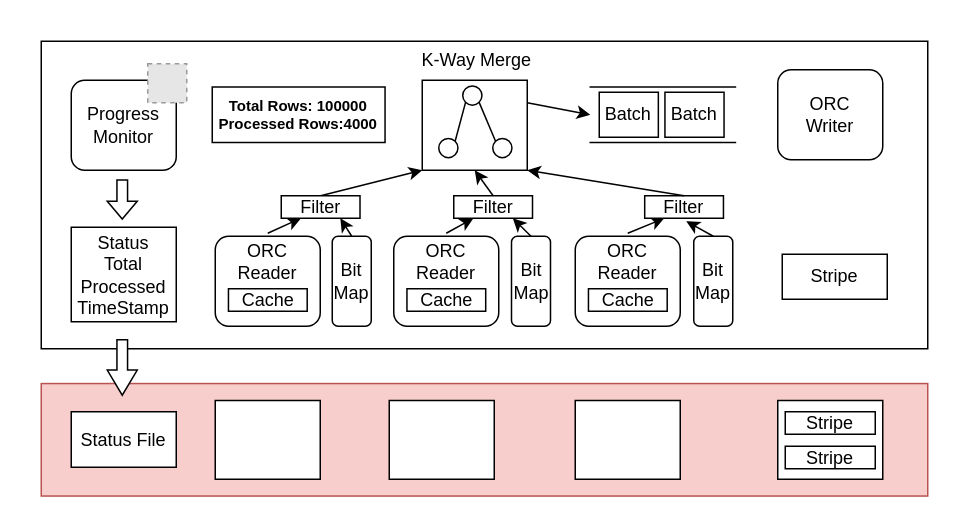
This is faas.drawio from Blueratzxk/fileServer, a draw.io file, before an edit. Source tidied: cells renumbered, new cells numbered last; positions are measured from the earlier drawing's top-left corner, leaving out a move shared by most shapes. Both pictures are drawn from the tidied source at 150%, with x=0, y=0 at pixel (40, 38). Pictures stored in the file or linked from it are replaced by grey dashed boxes.
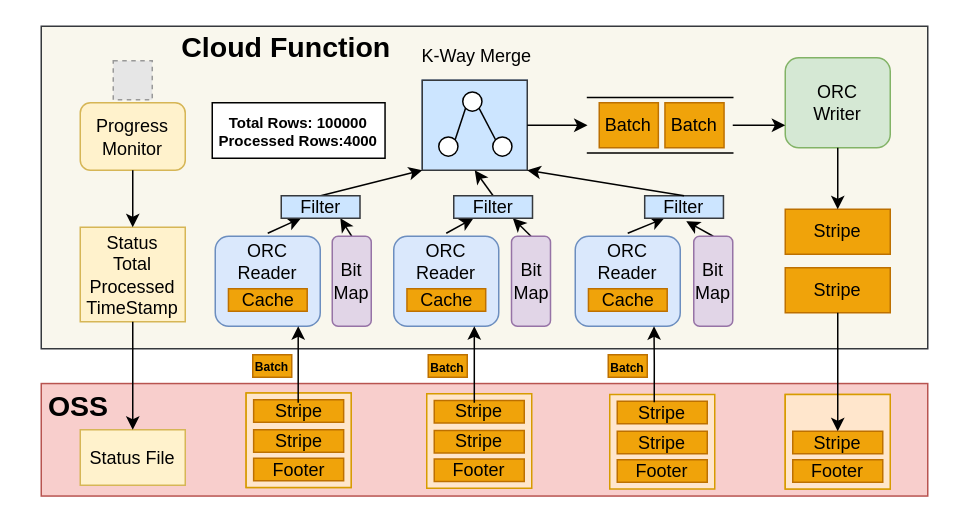
The same page after the edit.

The change refers to these unchanged cells:
```xml
<mxCell id="36" style="group;" parent="1" vertex="1">
  <mxGeometry x="364.8" y="57" width="90" height="60" as="geometry" />
</mxCell>
<mxCell id="39" style="group;" parent="1" vertex="1">
  <mxGeometry x="408.5" y="57" width="52.5" height="63" as="geometry" />
</mxCell>
```

The edit, as a diff of the source:
```diff
@@
-    <mxCell id="3" style="rounded=0;whiteSpace=wrap;html=1;" parent="1" vertex="1">
-      <mxGeometry x="116" y="241.5" width="70" height="52.5" as="geometry" />
-    </mxCell>
-    <mxCell id="4" style="rounded=0;whiteSpace=wrap;html=1;" parent="1" vertex="1">
-      <mxGeometry x="232" y="241.5" width="70" height="52.5" as="geometry" />
-    </mxCell>
-    <mxCell id="5" style="rounded=0;whiteSpace=wrap;html=1;" parent="1" vertex="1">
-      <mxGeometry x="356" y="241.5" width="70" height="52.5" as="geometry" />
-    </mxCell>
-    <mxCell id="6" style="rounded=0;whiteSpace=wrap;html=1;" parent="1" vertex="1">
-      <mxGeometry y="2" width="591" height="205" as="geometry" />
+    <mxCell id="6" style="rounded=0;whiteSpace=wrap;html=1;fillColor=#f9f7ed;strokeColor=#36393d;" parent="1" vertex="1">
+      <mxGeometry y="-8" width="591" height="215" as="geometry" />
     </mxCell>
-    <mxCell id="7" style="rounded=1;whiteSpace=wrap;html=1;" parent="1" vertex="1">
+    <mxCell id="7" style="rounded=1;whiteSpace=wrap;html=1;fillColor=#dae8fc;strokeColor=#6c8ebf;" parent="1" vertex="1">
       <mxGeometry x="116" y="132" width="70" height="60" as="geometry" />
     </mxCell>
-    <mxCell id="8" style="rounded=1;whiteSpace=wrap;html=1;" parent="1" vertex="1">
+    <mxCell id="8" style="rounded=1;whiteSpace=wrap;html=1;fillColor=#dae8fc;strokeColor=#6c8ebf;" parent="1" vertex="1">
       <mxGeometry x="235" y="132" width="70" height="60" as="geometry" />
     </mxCell>
-    <mxCell id="9" style="rounded=1;whiteSpace=wrap;html=1;glass=0;" parent="1" vertex="1">
+    <mxCell id="9" style="rounded=1;whiteSpace=wrap;html=1;glass=0;fillColor=#dae8fc;strokeColor=#6c8ebf;" parent="1" vertex="1">
       <mxGeometry x="356" y="132" width="70" height="60" as="geometry" />
     </mxCell>
-    <mxCell id="10" value="Cache" style="rounded=0;whiteSpace=wrap;html=1;" parent="1" vertex="1">
+    <mxCell id="10" value="Cache" style="rounded=0;whiteSpace=wrap;html=1;fillColor=#f0a30a;fontColor=#000000;strokeColor=#BD7000;" parent="1" vertex="1">
       <mxGeometry x="124.8" y="167" width="52.5" height="15" as="geometry" />
     </mxCell>
-    <mxCell id="11" value="Cache" style="rounded=0;whiteSpace=wrap;html=1;" parent="1" vertex="1">
+    <mxCell id="11" value="Cache" style="rounded=0;whiteSpace=wrap;html=1;fillColor=#f0a30a;fontColor=#000000;strokeColor=#BD7000;" parent="1" vertex="1">
       <mxGeometry x="243.8" y="167" width="52.5" height="15" as="geometry" />
     </mxCell>
-    <mxCell id="12" value="Cache" style="rounded=0;whiteSpace=wrap;html=1;" parent="1" vertex="1">
+    <mxCell id="12" value="Cache" style="rounded=0;whiteSpace=wrap;html=1;fillColor=#f0a30a;fontColor=#000000;strokeColor=#BD7000;" parent="1" vertex="1">
       <mxGeometry x="364.8" y="167" width="52.5" height="15" as="geometry" />
     </mxCell>
@@
-    <mxCell id="20" value="Bit&lt;div&gt;Map&lt;/div&gt;" style="rounded=1;whiteSpace=wrap;html=1;glass=0;" parent="1" vertex="1">
+    <mxCell id="20" value="Bit&lt;div&gt;Map&lt;/div&gt;" style="rounded=1;whiteSpace=wrap;html=1;glass=0;fillColor=#e1d5e7;strokeColor=#9673a6;" parent="1" vertex="1">
       <mxGeometry x="194" y="132" width="26" height="60" as="geometry" />
     </mxCell>
@@
-    <mxCell id="22" value="Bit&lt;div&gt;Map&lt;/div&gt;" style="rounded=1;whiteSpace=wrap;html=1;glass=0;" parent="1" vertex="1">
+    <mxCell id="22" value="Bit&lt;div&gt;Map&lt;/div&gt;" style="rounded=1;whiteSpace=wrap;html=1;glass=0;fillColor=#e1d5e7;strokeColor=#9673a6;" parent="1" vertex="1">
       <mxGeometry x="313.5" y="132" width="26" height="60" as="geometry" />
     </mxCell>
@@
-    <mxCell id="24" value="Bit&lt;div&gt;Map&lt;/div&gt;" style="rounded=1;whiteSpace=wrap;html=1;glass=0;" parent="1" vertex="1">
+    <mxCell id="24" value="Bit&lt;div&gt;Map&lt;/div&gt;" style="rounded=1;whiteSpace=wrap;html=1;glass=0;fillColor=#e1d5e7;strokeColor=#9673a6;" parent="1" vertex="1">
       <mxGeometry x="435" y="132" width="26" height="60" as="geometry" />
     </mxCell>
-    <mxCell id="25" style="group;" parent="1" vertex="1">
+    <mxCell id="25" style="group;fillColor=#dae8fc;strokeColor=#6c8ebf;" parent="1" vertex="1">
       <mxGeometry x="254" y="28" width="70" height="60" as="geometry" />
     </mxCell>
-    <mxCell id="26" style="rounded=0;whiteSpace=wrap;html=1;" parent="25" vertex="1">
+    <mxCell id="26" style="rounded=0;whiteSpace=wrap;html=1;fillColor=#cce5ff;strokeColor=#36393d;" parent="25" vertex="1">
       <mxGeometry width="70" height="60" as="geometry" />
     </mxCell>
     <mxCell id="27" style="group;rotation=0;" parent="25" vertex="1">
-      <mxGeometry x="10" y="3.8" width="52.5" height="52.5" as="geometry" />
+      <mxGeometry x="10" y="2.8" width="52.5" height="52.5" as="geometry" />
     </mxCell>
     <mxCell id="28" style="ellipse;whiteSpace=wrap;html=1;shapeInside=1;rotation=0;" parent="27" vertex="1">
-      <mxGeometry x="17" width="12.8" height="12.8" as="geometry" />
+      <mxGeometry x="17" y="5" width="12.8" height="12.8" as="geometry" />
     </mxCell>
@@
-    <mxCell id="33" value="ORC&lt;div&gt;Writer&lt;/div&gt;" style="rounded=1;whiteSpace=wrap;html=1;" parent="1" vertex="1">
-      <mxGeometry x="491" y="21" width="70" height="60" as="geometry" />
+    <mxCell id="33" value="ORC&lt;div&gt;Writer&lt;/div&gt;" style="rounded=1;whiteSpace=wrap;html=1;fillColor=#d5e8d4;strokeColor=#82b366;" parent="1" vertex="1">
+      <mxGeometry x="496" y="13" width="70" height="60" as="geometry" />
     </mxCell>
     <mxCell id="34" style="group;" parent="1" vertex="1">
-      <mxGeometry x="321" y="57" width="52.5" height="60" as="geometry" />
+      <mxGeometry x="321" y="57" width="140" height="60" as="geometry" />
     </mxCell>
-    <mxCell id="35" value="Batch" style="rounded=0;whiteSpace=wrap;html=1;" parent="34" vertex="1">
-      <mxGeometry x="51" y="-21" width="39.4" height="30" as="geometry" />
+    <mxCell id="35" value="Batch" style="rounded=0;whiteSpace=wrap;html=1;fillColor=#f0a30a;fontColor=#000000;strokeColor=#BD7000;" parent="34" vertex="1">
+      <mxGeometry x="51" y="-14" width="39.4" height="30" as="geometry" />
     </mxCell>
+    <mxCell id="38" style="shape=partialRectangle;whiteSpace=wrap;html=1;left=0;right=0;fillColor=none;" parent="34" vertex="1">
+      <mxGeometry x="43.2" y="-17.5" width="96.8" height="37" as="geometry" />
+    </mxCell>
@@
-    <mxCell id="37" value="Batch" style="rounded=0;whiteSpace=wrap;html=1;" parent="36" vertex="1">
-      <mxGeometry x="51" y="-21" width="39.4" height="30" as="geometry" />
+    <mxCell id="37" value="Batch" style="rounded=0;whiteSpace=wrap;html=1;fillColor=#f0a30a;fontColor=#000000;strokeColor=#BD7000;" parent="36" vertex="1">
+      <mxGeometry x="51" y="-14" width="39.4" height="30" as="geometry" />
     </mxCell>
-    <mxCell id="38" style="shape=partialRectangle;whiteSpace=wrap;html=1;left=0;right=0;fillColor=none;" parent="36" vertex="1">
-      <mxGeometry x="1.2" y="-24.5" width="96.8" height="37" as="geometry" />
-    </mxCell>
@@
-    <mxCell id="40" value="Filter" style="rounded=0;whiteSpace=wrap;html=1;" parent="39" vertex="1">
+    <mxCell id="40" value="Filter" style="rounded=0;whiteSpace=wrap;html=1;fillColor=#cce5ff;strokeColor=#36393d;" parent="39" vertex="1">
       <mxGeometry x="-6.2" y="48" width="52.5" height="15" as="geometry" />
     </mxCell>
-    <mxCell id="41" value="Stripe" style="rounded=0;whiteSpace=wrap;html=1;" parent="1" vertex="1">
-      <mxGeometry x="494" y="144" width="70" height="30" as="geometry" />
+    <mxCell id="41" value="Stripe" style="rounded=0;whiteSpace=wrap;html=1;fillColor=#f0a30a;fontColor=#000000;strokeColor=#BD7000;" parent="1" vertex="1">
+      <mxGeometry x="496" y="153" width="70" height="30" as="geometry" />
     </mxCell>
-    <mxCell id="42" style="rounded=0;whiteSpace=wrap;html=1;" parent="1" vertex="1">
-      <mxGeometry x="491" y="241.5" width="70" height="52.5" as="geometry" />
-    </mxCell>
-    <mxCell id="43" value="Stripe" style="rounded=0;whiteSpace=wrap;html=1;" parent="1" vertex="1">
-      <mxGeometry x="496" y="249" width="60" height="15" as="geometry" />
-    </mxCell>
-    <mxCell id="44" value="Stripe" style="rounded=0;whiteSpace=wrap;html=1;" parent="1" vertex="1">
-      <mxGeometry x="496" y="272" width="60" height="15" as="geometry" />
-    </mxCell>
@@
-    <mxCell id="46" value="Filter" style="rounded=0;whiteSpace=wrap;html=1;" parent="1" vertex="1">
+    <mxCell id="46" value="Filter" style="rounded=0;whiteSpace=wrap;html=1;fillColor=#cce5ff;strokeColor=#36393d;" parent="1" vertex="1">
       <mxGeometry x="160" y="105" width="52.5" height="15" as="geometry" />
     </mxCell>
@@
-    <mxCell id="48" value="Filter" style="rounded=0;whiteSpace=wrap;html=1;" parent="1" vertex="1">
+    <mxCell id="48" value="Filter" style="rounded=0;whiteSpace=wrap;html=1;fillColor=#cce5ff;strokeColor=#36393d;" parent="1" vertex="1">
       <mxGeometry x="275" y="105" width="52.5" height="15" as="geometry" />
     </mxCell>
-    <mxCell id="49" value="Progress&lt;div&gt;Monitor&lt;/div&gt;" style="rounded=1;whiteSpace=wrap;html=1;" parent="1" vertex="1">
-      <mxGeometry x="20" y="28" width="70" height="60" as="geometry" />
+    <mxCell id="49" value="Progress&lt;div&gt;Monitor&lt;/div&gt;" style="rounded=1;whiteSpace=wrap;html=1;fillColor=#fff2cc;strokeColor=#d6b656;" parent="1" vertex="1">
+      <mxGeometry x="26" y="43" width="70" height="45" as="geometry" />
     </mxCell>
@@
     <mxCell id="51" value="Total Rows: 100000&lt;div&gt;Processed Rows:4000&lt;/div&gt;" style="rounded=0;whiteSpace=wrap;html=1;fontSize=10;fontStyle=1;" parent="1" vertex="1">
-      <mxGeometry x="114" y="32.5" width="115.2" height="37" as="geometry" />
+      <mxGeometry x="114" y="43" width="115.2" height="37" as="geometry" />
     </mxCell>
     <mxCell id="52" value="K-Way Merge" style="text;html=1;whiteSpace=wrap;strokeColor=none;fillColor=none;align=center;verticalAlign=middle;rounded=0;" parent="1" vertex="1">
-      <mxGeometry x="250" width="80.5" height="30" as="geometry" />
+      <mxGeometry x="250" y="-3" width="80.5" height="30" as="geometry" />
     </mxCell>
-    <mxCell id="53" value="Status&lt;div&gt;Total&lt;/div&gt;&lt;div&gt;Processed&lt;/div&gt;&lt;div&gt;TimeStamp&lt;/div&gt;" style="rounded=0;whiteSpace=wrap;html=1;" parent="1" vertex="1">
-      <mxGeometry x="20" y="126" width="70" height="63" as="geometry" />
+    <mxCell id="53" value="Status&lt;div&gt;Total&lt;/div&gt;&lt;div&gt;Processed&lt;/div&gt;&lt;div&gt;TimeStamp&lt;/div&gt;" style="rounded=0;whiteSpace=wrap;html=1;fillColor=#fff2cc;strokeColor=#d6b656;" parent="1" vertex="1">
+      <mxGeometry x="26" y="126" width="70" height="63" as="geometry" />
     </mxCell>
-    <mxCell id="54" value="Status File" style="rounded=0;whiteSpace=wrap;html=1;" parent="1" vertex="1">
-      <mxGeometry x="20" y="249" width="70" height="37" as="geometry" />
+    <mxCell id="54" value="Status File" style="rounded=0;whiteSpace=wrap;html=1;fillColor=#fff2cc;strokeColor=#d6b656;" parent="1" vertex="1">
+      <mxGeometry x="26" y="261" width="70" height="37" as="geometry" />
     </mxCell>
     <mxCell id="55" style="fillColor=#E6E6E6;strokeColor=#999999;dashed=1;html=1;verticalAlign=top;verticalLabelPosition=bottom;labelBackgroundColor=#fff2cc;" parent="1" vertex="1">
-      <mxGeometry x="71" y="17" width="26" height="26" as="geometry" />
+      <mxGeometry x="48" y="15" width="26" height="26" as="geometry" />
     </mxCell>
-    <mxCell id="56" style="shape=singleArrow;direction=south;whiteSpace=wrap;html=1;arrowWidth=0.3538466233473558;arrowSize=0.4533331008184524;" parent="1" vertex="1">
-      <mxGeometry x="44" y="94.5" width="20" height="26" as="geometry" />
-    </mxCell>
-    <mxCell id="57" style="shape=singleArrow;direction=south;whiteSpace=wrap;html=1;arrowWidth=0.3538466233473558;arrowSize=0.4533331008184524;" parent="1" vertex="1">
-      <mxGeometry x="44" y="201" width="20" height="37" as="geometry" />
-    </mxCell>
-    <mxCell id="58" style="rounded=0;jettySize=auto;html=1;exitX=1;exitY=0.25;exitDx=0;exitDy=0;entryX=0;entryY=0.5;entryDx=0;entryDy=0;" parent="1" edge="1" source="26" target="38">
+    <mxCell id="58" style="rounded=0;jettySize=auto;html=1;exitX=1;exitY=0.5;exitDx=0;exitDy=0;entryX=0;entryY=0.5;entryDx=0;entryDy=0;" parent="1" edge="1" source="26" target="38">
       <mxGeometry relative="1" as="geometry" />
     </mxCell>
+    <mxCell id="59" value="Stripe" style="rounded=0;whiteSpace=wrap;html=1;fillColor=#f0a30a;strokeColor=#BD7000;fontColor=#000000;" parent="1" vertex="1">
+      <mxGeometry x="496" y="114" width="70" height="30" as="geometry" />
+    </mxCell>
+    <mxCell id="60" style="rounded=0;jettySize=auto;html=1;entryX=0.5;entryY=0;entryDx=0;entryDy=0;exitX=0.5;exitY=1;exitDx=0;exitDy=0;" parent="1" edge="1" source="33" target="59">
+      <mxGeometry relative="1" as="geometry" />
+    </mxCell>
+    <mxCell id="61" style="group;fillColor=#ffe6cc;strokeColor=#d79b00;" parent="1" vertex="1">
+      <mxGeometry x="136.6" y="236.5" width="70" height="63" as="geometry" />
+    </mxCell>
+    <mxCell id="3" style="rounded=0;whiteSpace=wrap;html=1;fillColor=#ffe6cc;strokeColor=#d79b00;" parent="61" vertex="1">
+      <mxGeometry width="70" height="63" as="geometry" />
+    </mxCell>
+    <mxCell id="62" value="Stripe" style="rounded=0;whiteSpace=wrap;html=1;fillColor=#f0a30a;fontColor=#000000;strokeColor=#BD7000;" parent="61" vertex="1">
+      <mxGeometry x="5" y="4.5" width="60" height="15" as="geometry" />
+    </mxCell>
+    <mxCell id="63" value="Stripe" style="rounded=0;whiteSpace=wrap;html=1;fillColor=#f0a30a;fontColor=#000000;strokeColor=#BD7000;" parent="61" vertex="1">
+      <mxGeometry x="5" y="24.5" width="60" height="15" as="geometry" />
+    </mxCell>
+    <mxCell id="64" value="Footer" style="rounded=0;whiteSpace=wrap;html=1;fillColor=#f0a30a;fontColor=#000000;strokeColor=#BD7000;" parent="61" vertex="1">
+      <mxGeometry x="5" y="43.5" width="60" height="15" as="geometry" />
+    </mxCell>
+    <mxCell id="65" style="group;" parent="1" vertex="1">
+      <mxGeometry x="257" y="237" width="223" height="63.5" as="geometry" />
+    </mxCell>
+    <mxCell id="66" style="rounded=0;whiteSpace=wrap;html=1;fillColor=#ffe6cc;strokeColor=#d79b00;" parent="65" vertex="1">
+      <mxGeometry width="70" height="63" as="geometry" />
+    </mxCell>
+    <mxCell id="67" value="Stripe" style="rounded=0;whiteSpace=wrap;html=1;fillColor=#f0a30a;fontColor=#000000;strokeColor=#BD7000;" parent="65" vertex="1">
+      <mxGeometry x="5" y="4.5" width="60" height="15" as="geometry" />
+    </mxCell>
+    <mxCell id="68" value="Stripe" style="rounded=0;whiteSpace=wrap;html=1;fillColor=#f0a30a;fontColor=#000000;strokeColor=#BD7000;" parent="65" vertex="1">
+      <mxGeometry x="5" y="24.5" width="60" height="15" as="geometry" />
+    </mxCell>
+    <mxCell id="69" value="Footer" style="rounded=0;whiteSpace=wrap;html=1;fillColor=#f0a30a;fontColor=#000000;strokeColor=#BD7000;" parent="65" vertex="1">
+      <mxGeometry x="5" y="43.5" width="60" height="15" as="geometry" />
+    </mxCell>
+    <mxCell id="70" style="group;" parent="65" vertex="1">
+      <mxGeometry x="122" y="0.5" width="101" height="63" as="geometry" />
+    </mxCell>
+    <mxCell id="71" style="rounded=0;whiteSpace=wrap;html=1;fillColor=#ffe6cc;strokeColor=#d79b00;" parent="70" vertex="1">
+      <mxGeometry width="70" height="63" as="geometry" />
+    </mxCell>
+    <mxCell id="72" value="Stripe" style="rounded=0;whiteSpace=wrap;html=1;fillColor=#f0a30a;fontColor=#000000;strokeColor=#BD7000;" parent="70" vertex="1">
+      <mxGeometry x="5" y="4.5" width="60" height="15" as="geometry" />
+    </mxCell>
+    <mxCell id="73" value="Stripe" style="rounded=0;whiteSpace=wrap;html=1;fillColor=#f0a30a;fontColor=#000000;strokeColor=#BD7000;" parent="70" vertex="1">
+      <mxGeometry x="5" y="24.5" width="60" height="15" as="geometry" />
+    </mxCell>
+    <mxCell id="74" value="Footer" style="rounded=0;whiteSpace=wrap;html=1;fillColor=#f0a30a;fontColor=#000000;strokeColor=#BD7000;" parent="70" vertex="1">
+      <mxGeometry x="5" y="43.5" width="60" height="15" as="geometry" />
+    </mxCell>
+    <mxCell id="75" style="group;fillColor=#ffe6cc;strokeColor=#d79b00;" parent="70" vertex="1">
+      <mxGeometry x="117" width="70" height="63" as="geometry" />
+    </mxCell>
+    <mxCell id="76" style="rounded=0;whiteSpace=wrap;html=1;fillColor=#ffe6cc;strokeColor=#d79b00;" parent="75" vertex="1">
+      <mxGeometry width="70" height="63" as="geometry" />
+    </mxCell>
+    <mxCell id="77" value="Stripe" style="rounded=0;whiteSpace=wrap;html=1;fillColor=#f0a30a;fontColor=#000000;strokeColor=#BD7000;" parent="75" vertex="1">
+      <mxGeometry x="5" y="24.5" width="60" height="15" as="geometry" />
+    </mxCell>
+    <mxCell id="78" value="Footer" style="rounded=0;whiteSpace=wrap;html=1;fillColor=#f0a30a;fontColor=#000000;strokeColor=#BD7000;" parent="75" vertex="1">
+      <mxGeometry x="5" y="43.5" width="60" height="15" as="geometry" />
+    </mxCell>
+    <mxCell id="79" style="rounded=0;jettySize=auto;html=1;entryX=0.5;entryY=0;entryDx=0;entryDy=0;exitX=0.5;exitY=1;exitDx=0;exitDy=0;" parent="1" edge="1" source="41" target="77">
+      <mxGeometry relative="1" as="geometry" />
+    </mxCell>
+    <mxCell id="80" style="rounded=0;jettySize=auto;html=1;entryX=0.5;entryY=0;entryDx=0;entryDy=0;exitX=0.5;exitY=1;exitDx=0;exitDy=0;" parent="1" edge="1" source="49" target="53">
+      <mxGeometry relative="1" as="geometry" />
+    </mxCell>
+    <mxCell id="81" style="rounded=0;jettySize=auto;html=1;entryX=0.5;entryY=0;entryDx=0;entryDy=0;exitX=0.5;exitY=1;exitDx=0;exitDy=0;" parent="1" edge="1" source="53" target="54">
+      <mxGeometry relative="1" as="geometry" />
+    </mxCell>
+    <mxCell id="82" style="edgeStyle=orthogonalEdgeStyle;rounded=0;jettySize=auto;html=1;exitX=1;exitY=0.5;exitDx=0;exitDy=0;entryX=0;entryY=0.75;entryDx=0;entryDy=0;" parent="1" edge="1" source="38" target="33">
+      <mxGeometry relative="1" as="geometry" />
+    </mxCell>
+    <mxCell id="83" value="Cloud Function" style="text;html=1;whiteSpace=wrap;strokeColor=none;fillColor=none;align=center;verticalAlign=middle;rounded=0;fontSize=19;fontStyle=1;" parent="1" vertex="1">
+      <mxGeometry x="83" y="-8" width="161" height="30" as="geometry" />
+    </mxCell>
+    <mxCell id="84" value="OSS" style="text;html=1;whiteSpace=wrap;strokeColor=none;fillColor=none;align=center;verticalAlign=middle;rounded=0;fontSize=19;fontStyle=1;" parent="1" vertex="1">
+      <mxGeometry x="-10" y="231" width="70" height="30" as="geometry" />
+    </mxCell>
+    <mxCell id="85" style="edgeStyle=orthogonalEdgeStyle;rounded=0;jettySize=auto;html=1;entryX=0.75;entryY=1;entryDx=0;entryDy=0;exitX=0.411;exitY=0.044;exitDx=0;exitDy=0;exitPerimeter=0;" parent="1" edge="1" source="72" target="9">
+      <mxGeometry relative="1" as="geometry" />
+    </mxCell>
+    <mxCell id="86" style="edgeStyle=orthogonalEdgeStyle;rounded=0;orthogonalLoop=1;jettySize=auto;html=1;entryX=0.75;entryY=1;entryDx=0;entryDy=0;exitX=0.411;exitY=0.044;exitDx=0;exitDy=0;exitPerimeter=0;" parent="1" edge="1">
+      <mxGeometry relative="1" as="geometry">
+        <mxPoint x="288.7" y="243" as="sourcePoint" />
+        <mxPoint x="288.7" y="192" as="targetPoint" />
+      </mxGeometry>
+    </mxCell>
+    <mxCell id="87" style="edgeStyle=orthogonalEdgeStyle;rounded=0;orthogonalLoop=1;jettySize=auto;html=1;entryX=0.75;entryY=1;entryDx=0;entryDy=0;exitX=0.411;exitY=0.044;exitDx=0;exitDy=0;exitPerimeter=0;" parent="1" edge="1">
+      <mxGeometry relative="1" as="geometry">
+        <mxPoint x="171.3" y="243" as="sourcePoint" />
+        <mxPoint x="171.3" y="192" as="targetPoint" />
+      </mxGeometry>
+    </mxCell>
+    <mxCell id="88" value="&lt;div&gt;&lt;span style=&quot;background-color: transparent; color: light-dark(rgb(0, 0, 0), rgb(237, 237, 237));&quot;&gt;Batch&lt;/span&gt;&lt;/div&gt;" style="rounded=0;whiteSpace=wrap;html=1;fillColor=#f0a30a;fontColor=#000000;strokeColor=#BD7000;fontStyle=1;fontSize=8;" parent="1" vertex="1">
+      <mxGeometry x="141" y="211" width="26" height="15" as="geometry" />
+    </mxCell>
+    <mxCell id="89" value="&lt;div&gt;&lt;span style=&quot;background-color: transparent; color: light-dark(rgb(0, 0, 0), rgb(237, 237, 237));&quot;&gt;&lt;font style=&quot;font-size: 8px;&quot;&gt;Batch&lt;/font&gt;&lt;/span&gt;&lt;/div&gt;" style="rounded=0;whiteSpace=wrap;html=1;fillColor=#f0a30a;fontColor=#000000;strokeColor=#BD7000;fontStyle=1;" parent="1" vertex="1">
+      <mxGeometry x="258" y="211" width="26" height="15" as="geometry" />
+    </mxCell>
+    <mxCell id="90" value="&lt;div&gt;&lt;span style=&quot;background-color: transparent; color: light-dark(rgb(0, 0, 0), rgb(237, 237, 237));&quot;&gt;&lt;font style=&quot;font-size: 8px;&quot;&gt;Batch&lt;/font&gt;&lt;/span&gt;&lt;/div&gt;" style="rounded=0;whiteSpace=wrap;html=1;fillColor=#f0a30a;fontColor=#000000;strokeColor=#BD7000;fontStyle=1;" parent="1" vertex="1">
+      <mxGeometry x="378" y="211" width="26" height="15" as="geometry" />
+    </mxCell>
```
